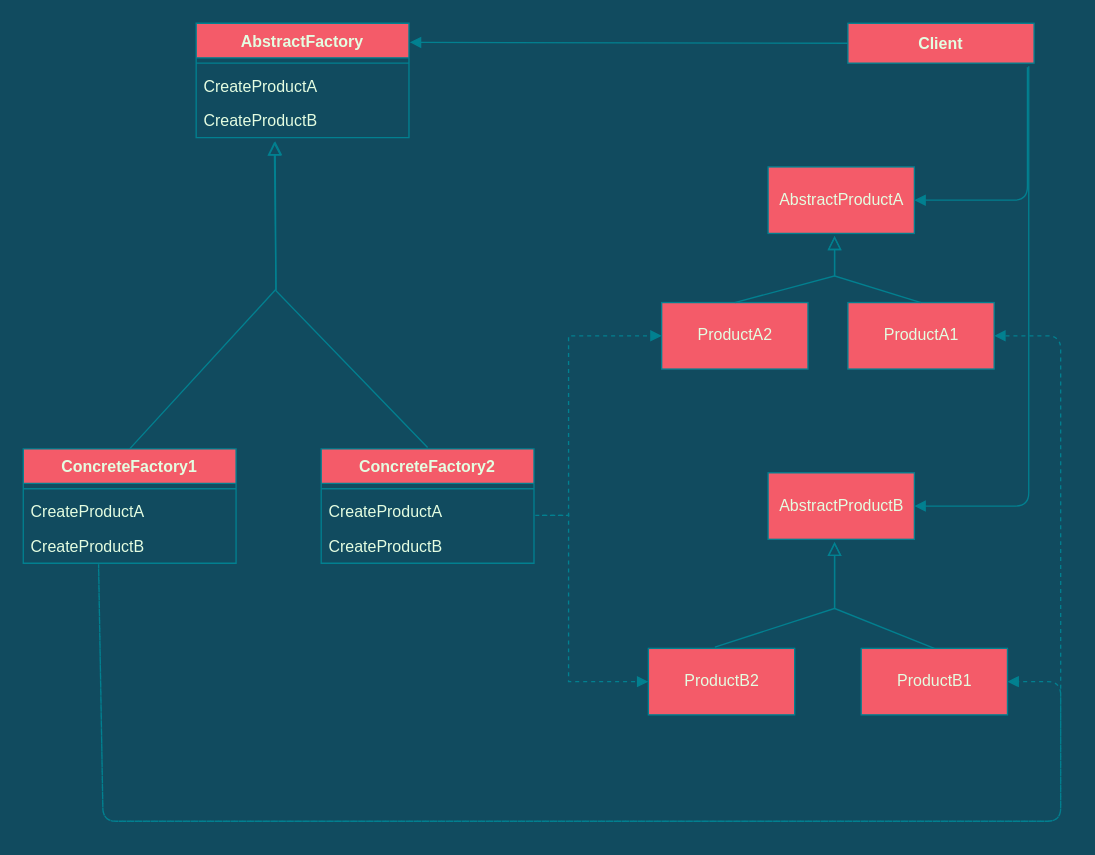
Earlier version of the draw.io diagram rhca.drawio (fanyixuanf/rhca). Source tidied: cells renumbered, new cells numbered last; positions are measured from the earlier drawing's top-left corner, leaving out a move shared by most shapes. Both pictures are drawn from the tidied source at 133%, with x=0, y=0 at pixel (23, 23).
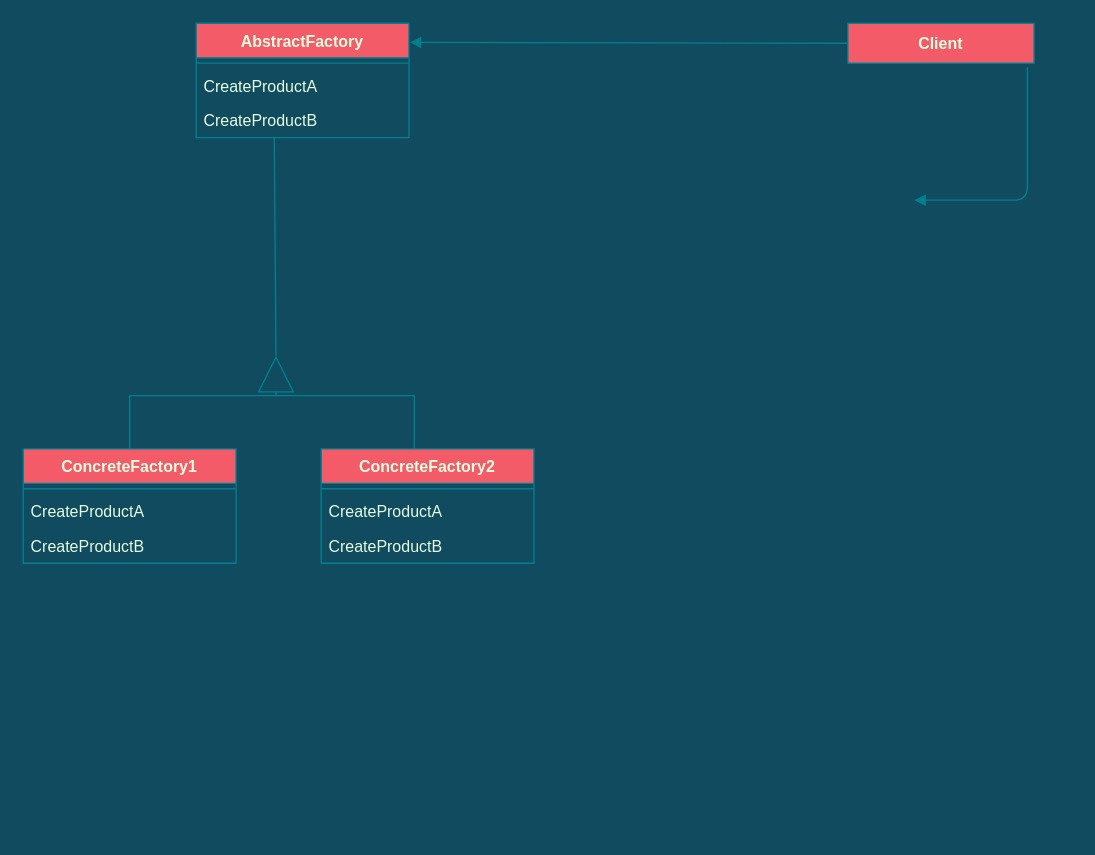
The same page after the edit.

What changed in the source:
```diff
@@
-    <mxCell id="2" value="AbstractFactory" style="swimlane;fontStyle=1;align=center;verticalAlign=top;horizontal=1;startSize=26;rounded=0;sketch=0;fontColor=#E4FDE1;strokeColor=#028090;fillColor=#F45B69;" parent="1" vertex="1">
+    <mxCell id="2" value="AbstractFactory" style="swimlane;fontStyle=1;align=center;verticalAlign=top;horizontal=1;startSize=26;fontColor=#E4FDE1;strokeColor=#028090;fillColor=#F45B69;" parent="1" vertex="1">
       <mxGeometry x="130" width="160" height="86" as="geometry" />
     </mxCell>
-    <mxCell id="3" style="line;strokeWidth=1;fillColor=none;align=left;verticalAlign=middle;spacingTop=-1;spacingLeft=3;spacingRight=3;labelPosition=right;rounded=0;sketch=0;fontColor=#E4FDE1;labelBackgroundColor=#114B5F;strokeColor=#028090;" parent="2" vertex="1">
+    <mxCell id="3" style="line;strokeWidth=1;fillColor=none;align=left;verticalAlign=middle;spacingTop=-1;spacingLeft=3;spacingRight=3;labelPosition=right;fontColor=#E4FDE1;labelBackgroundColor=#114B5F;strokeColor=#028090;" parent="2" vertex="1">
       <mxGeometry y="26" width="160" height="8" as="geometry" />
     </mxCell>
-    <mxCell id="4" value="CreateProductA" style="text;strokeColor=none;fillColor=none;align=left;verticalAlign=top;spacingLeft=4;spacingRight=4;overflow=hidden;rounded=0;sketch=0;fontColor=#E4FDE1;" parent="2" vertex="1">
+    <mxCell id="4" value="CreateProductA" style="text;strokeColor=none;fillColor=none;align=left;verticalAlign=top;spacingLeft=4;spacingRight=4;overflow=hidden;fontColor=#E4FDE1;" parent="2" vertex="1">
       <mxGeometry y="34" width="160" height="26" as="geometry" />
     </mxCell>
-    <mxCell id="5" value="CreateProductB" style="text;strokeColor=none;fillColor=none;align=left;verticalAlign=top;spacingLeft=4;spacingRight=4;overflow=hidden;points=[[0,0.5],[1,0.5]];portConstraint=eastwest;rounded=0;sketch=0;fontColor=#E4FDE1;" parent="2" vertex="1">
+    <mxCell id="5" value="CreateProductB" style="text;strokeColor=none;fillColor=none;align=left;verticalAlign=top;spacingLeft=4;spacingRight=4;overflow=hidden;points=[[0,0.5],[1,0.5]];portConstraint=eastwest;fontColor=#E4FDE1;" parent="2" vertex="1">
       <mxGeometry y="60" width="160" height="26" as="geometry" />
     </mxCell>
-    <mxCell id="6" value="ConcreteFactory1" style="swimlane;fontStyle=1;align=center;verticalAlign=top;horizontal=1;startSize=26;rounded=0;sketch=0;fontColor=#E4FDE1;strokeColor=#028090;fillColor=#F45B69;" parent="1" vertex="1">
+    <mxCell id="6" value="ConcreteFactory1" style="swimlane;fontStyle=1;align=center;verticalAlign=top;horizontal=1;startSize=26;fontColor=#E4FDE1;strokeColor=#028090;fillColor=#F45B69;" parent="1" vertex="1">
       <mxGeometry y="320" width="160" height="86" as="geometry" />
     </mxCell>
-    <mxCell id="7" style="line;strokeWidth=1;fillColor=none;align=left;verticalAlign=middle;spacingTop=-1;spacingLeft=3;spacingRight=3;labelPosition=right;rounded=0;sketch=0;fontColor=#E4FDE1;labelBackgroundColor=#114B5F;strokeColor=#028090;" parent="6" vertex="1">
+    <mxCell id="7" style="line;strokeWidth=1;fillColor=none;align=left;verticalAlign=middle;spacingTop=-1;spacingLeft=3;spacingRight=3;labelPosition=right;fontColor=#E4FDE1;labelBackgroundColor=#114B5F;strokeColor=#028090;" parent="6" vertex="1">
       <mxGeometry y="26" width="160" height="8" as="geometry" />
     </mxCell>
-    <mxCell id="8" value="CreateProductA" style="text;strokeColor=none;fillColor=none;align=left;verticalAlign=top;spacingLeft=4;spacingRight=4;overflow=hidden;rounded=0;sketch=0;fontColor=#E4FDE1;" parent="6" vertex="1">
+    <mxCell id="8" value="CreateProductA" style="text;strokeColor=none;fillColor=none;align=left;verticalAlign=top;spacingLeft=4;spacingRight=4;overflow=hidden;fontColor=#E4FDE1;" parent="6" vertex="1">
       <mxGeometry y="34" width="160" height="26" as="geometry" />
     </mxCell>
-    <mxCell id="9" value="CreateProductB" style="text;strokeColor=none;fillColor=none;align=left;verticalAlign=top;spacingLeft=4;spacingRight=4;overflow=hidden;points=[[0,0.5],[1,0.5]];portConstraint=eastwest;rounded=0;sketch=0;fontColor=#E4FDE1;" parent="6" vertex="1">
+    <mxCell id="9" value="CreateProductB" style="text;strokeColor=none;fillColor=none;align=left;verticalAlign=top;spacingLeft=4;spacingRight=4;overflow=hidden;points=[[0,0.5],[1,0.5]];portConstraint=eastwest;fontColor=#E4FDE1;" parent="6" vertex="1">
       <mxGeometry y="60" width="160" height="26" as="geometry" />
     </mxCell>
-    <mxCell id="10" value="ConcreteFactory2" style="swimlane;fontStyle=1;align=center;verticalAlign=top;horizontal=1;startSize=26;rounded=0;sketch=0;fontColor=#E4FDE1;strokeColor=#028090;fillColor=#F45B69;" parent="1" vertex="1">
+    <mxCell id="10" value="ConcreteFactory2" style="swimlane;fontStyle=1;align=center;verticalAlign=top;horizontal=1;startSize=26;fontColor=#E4FDE1;strokeColor=#028090;fillColor=#F45B69;" parent="1" vertex="1">
       <mxGeometry x="224" y="320" width="160" height="86" as="geometry" />
     </mxCell>
-    <mxCell id="11" style="line;strokeWidth=1;fillColor=none;align=left;verticalAlign=middle;spacingTop=-1;spacingLeft=3;spacingRight=3;labelPosition=right;rounded=0;sketch=0;fontColor=#E4FDE1;labelBackgroundColor=#114B5F;strokeColor=#028090;" parent="10" vertex="1">
+    <mxCell id="11" style="line;strokeWidth=1;fillColor=none;align=left;verticalAlign=middle;spacingTop=-1;spacingLeft=3;spacingRight=3;labelPosition=right;fontColor=#E4FDE1;labelBackgroundColor=#114B5F;strokeColor=#028090;" parent="10" vertex="1">
       <mxGeometry y="26" width="160" height="8" as="geometry" />
     </mxCell>
-    <mxCell id="12" value="CreateProductA" style="text;strokeColor=none;fillColor=none;align=left;verticalAlign=top;spacingLeft=4;spacingRight=4;overflow=hidden;rounded=0;sketch=0;fontColor=#E4FDE1;" parent="10" vertex="1">
+    <mxCell id="12" value="CreateProductA" style="text;strokeColor=none;fillColor=none;align=left;verticalAlign=top;spacingLeft=4;spacingRight=4;overflow=hidden;fontColor=#E4FDE1;" parent="10" vertex="1">
       <mxGeometry y="34" width="160" height="26" as="geometry" />
     </mxCell>
-    <mxCell id="13" value="CreateProductB" style="text;strokeColor=none;fillColor=none;align=left;verticalAlign=top;spacingLeft=4;spacingRight=4;overflow=hidden;rounded=0;sketch=0;fontColor=#E4FDE1;" parent="10" vertex="1">
+    <mxCell id="13" value="CreateProductB" style="text;strokeColor=none;fillColor=none;align=left;verticalAlign=top;spacingLeft=4;spacingRight=4;overflow=hidden;fontColor=#E4FDE1;" parent="10" vertex="1">
       <mxGeometry y="60" width="160" height="26" as="geometry" />
     </mxCell>
-    <mxCell id="14" value="AbstractProductA" style="html=1;rounded=0;sketch=0;fontColor=#E4FDE1;strokeColor=#028090;fillColor=#F45B69;" parent="1" vertex="1">
-      <mxGeometry x="560" y="108" width="110" height="50" as="geometry" />
-    </mxCell>
-    <mxCell id="15" value="ProductA2" style="html=1;rounded=0;sketch=0;fontColor=#E4FDE1;strokeColor=#028090;fillColor=#F45B69;" parent="1" vertex="1">
-      <mxGeometry x="480" y="210" width="110" height="50" as="geometry" />
-    </mxCell>
-    <mxCell id="16" value="ProductA1" style="html=1;rounded=0;sketch=0;fontColor=#E4FDE1;strokeColor=#028090;fillColor=#F45B69;" parent="1" vertex="1">
-      <mxGeometry x="620" y="210" width="110" height="50" as="geometry" />
-    </mxCell>
-    <mxCell id="17" value="AbstractProductB" style="html=1;rounded=0;sketch=0;fontColor=#E4FDE1;strokeColor=#028090;fillColor=#F45B69;" parent="1" vertex="1">
-      <mxGeometry x="560" y="338" width="110" height="50" as="geometry" />
-    </mxCell>
-    <mxCell id="18" value="ProductB2" style="html=1;rounded=0;sketch=0;fontColor=#E4FDE1;strokeColor=#028090;fillColor=#F45B69;" parent="1" vertex="1">
-      <mxGeometry x="470" y="470" width="110" height="50" as="geometry" />
-    </mxCell>
-    <mxCell id="19" value="ProductB1" style="html=1;rounded=0;sketch=0;fontColor=#E4FDE1;strokeColor=#028090;fillColor=#F45B69;" parent="1" vertex="1">
-      <mxGeometry x="630" y="470" width="110" height="50" as="geometry" />
-    </mxCell>
-    <mxCell id="20" value="Client" style="fontStyle=1;rounded=0;sketch=0;fontColor=#E4FDE1;strokeColor=#028090;fillColor=#F45B69;" parent="1" vertex="1">
+    <mxCell id="20" value="Client" style="fontStyle=1;fontColor=#E4FDE1;strokeColor=#028090;fillColor=#F45B69;" parent="1" vertex="1">
       <mxGeometry x="620" width="140" height="30" as="geometry" />
     </mxCell>
-    <mxCell id="21" style="html=1;verticalAlign=bottom;labelBackgroundColor=none;endArrow=block;endFill=1;rounded=1;sketch=0;fontColor=#E4FDE1;strokeColor=#028090;fillColor=#F45B69;curved=0;exitX=0;exitY=0.5;exitDx=0;exitDy=0;entryX=1.004;entryY=0.167;entryDx=0;entryDy=0;entryPerimeter=0;" parent="1" edge="1" source="20" target="2">
+    <mxCell id="21" style="html=1;verticalAlign=bottom;labelBackgroundColor=none;endArrow=block;endFill=1;fontColor=#E4FDE1;strokeColor=#028090;fillColor=#F45B69;curved=0;exitX=0;exitY=0.5;exitDx=0;exitDy=0;entryX=1.004;entryY=0.167;entryDx=0;entryDy=0;entryPerimeter=0;" parent="1" edge="1" source="20" target="2">
       <mxGeometry relative="1" as="geometry" />
     </mxCell>
-    <mxCell id="22" style="html=1;verticalAlign=bottom;labelBackgroundColor=none;endArrow=block;endFill=1;rounded=1;sketch=0;fontColor=#E4FDE1;strokeColor=#028090;fillColor=#F45B69;curved=0;entryX=1;entryY=0.5;entryDx=0;entryDy=0;" parent="1" edge="1" target="14">
+    <mxCell id="22" style="html=1;verticalAlign=bottom;labelBackgroundColor=none;endArrow=block;endFill=1;fontColor=#E4FDE1;strokeColor=#028090;fillColor=#F45B69;curved=0;entryX=1;entryY=0.5;entryDx=0;entryDy=0;" parent="1" edge="1">
       <mxGeometry relative="1" as="geometry">
         <mxPoint x="755" y="33" as="sourcePoint" />
+        <mxPoint x="670" y="133" as="targetPoint" />
         <Array as="points">
           <mxPoint x="755" y="133" />
         </Array>
       </mxGeometry>
     </mxCell>
-    <mxCell id="23" style="html=1;verticalAlign=bottom;labelBackgroundColor=none;endArrow=block;endFill=1;rounded=1;sketch=0;fontColor=#E4FDE1;strokeColor=#028090;fillColor=#F45B69;curved=0;exitX=0.9;exitY=1.078;exitDx=0;exitDy=0;exitPerimeter=0;entryX=1;entryY=0.5;entryDx=0;entryDy=0;" parent="1" edge="1" target="17">
-      <mxGeometry relative="1" as="geometry">
-        <mxPoint x="756" y="32.3" as="sourcePoint" />
-        <Array as="points">
-          <mxPoint x="756" y="363" />
-        </Array>
-      </mxGeometry>
-    </mxCell>
-    <mxCell id="24" style="endArrow=block;html=1;rounded=0;align=center;verticalAlign=bottom;endFill=0;labelBackgroundColor=none;endSize=8;sketch=0;fontColor=#E4FDE1;strokeColor=#028090;fillColor=#F45B69;curved=0;exitX=0.5;exitY=0;exitDx=0;exitDy=0;entryX=0.367;entryY=1.115;entryDx=0;entryDy=0;entryPerimeter=0;" parent="1" edge="1" source="6" target="5">
-      <mxGeometry relative="1" as="geometry">
-        <Array as="points">
-          <mxPoint x="190" y="200" />
-        </Array>
-      </mxGeometry>
-    </mxCell>
-    <mxCell id="25" style="endArrow=block;html=1;rounded=0;align=center;verticalAlign=bottom;endFill=0;labelBackgroundColor=none;endSize=8;sketch=0;fontColor=#E4FDE1;strokeColor=#028090;fillColor=#F45B69;curved=0;exitX=0.5;exitY=0;exitDx=0;exitDy=0;entryX=0.371;entryY=1.064;entryDx=0;entryDy=0;entryPerimeter=0;" parent="1" edge="1">
+    <mxCell id="25" style="endArrow=block;html=1;align=center;verticalAlign=bottom;endFill=0;labelBackgroundColor=none;endSize=25;fontColor=#E4FDE1;strokeColor=#028090;fillColor=#F45B69;rounded=0;" parent="1" edge="1">
       <mxGeometry relative="1" as="geometry">
-        <mxPoint x="304" y="319" as="sourcePoint" />
-        <mxPoint x="189.4" y="88.7" as="targetPoint" />
+        <mxPoint x="294" y="320" as="sourcePoint" />
+        <mxPoint x="190" y="250" as="targetPoint" />
         <Array as="points">
-          <mxPoint x="190" y="201" />
+          <mxPoint x="294" y="280" />
+          <mxPoint x="190" y="280" />
         </Array>
       </mxGeometry>
     </mxCell>
-    <mxCell id="26" style="endArrow=block;html=1;rounded=0;align=center;verticalAlign=bottom;endFill=0;labelBackgroundColor=none;endSize=8;sketch=0;fontColor=#E4FDE1;strokeColor=#028090;fillColor=#F45B69;curved=0;exitX=0.5;exitY=0;exitDx=0;exitDy=0;" parent="1" edge="1" source="15">
-      <mxGeometry x="0.25" y="10" relative="1" as="geometry">
-        <mxPoint x="610" y="160" as="targetPoint" />
-        <Array as="points">
-          <mxPoint x="610" y="190" />
-        </Array>
-      </mxGeometry>
-    </mxCell>
-    <mxCell id="27" style="endArrow=block;html=1;rounded=0;align=center;verticalAlign=bottom;endFill=0;labelBackgroundColor=none;endSize=8;sketch=0;fontColor=#E4FDE1;strokeColor=#028090;fillColor=#F45B69;curved=0;exitX=0.5;exitY=0;exitDx=0;exitDy=0;" parent="1" edge="1" source="16">
-      <mxGeometry x="0.25" y="10" relative="1" as="geometry">
-        <mxPoint x="610" y="160" as="targetPoint" />
-        <Array as="points">
-          <mxPoint x="610" y="190" />
-        </Array>
-      </mxGeometry>
-    </mxCell>
-    <mxCell id="28" style="endArrow=block;html=1;rounded=0;align=center;verticalAlign=bottom;endFill=0;labelBackgroundColor=none;endSize=8;sketch=0;fontColor=#E4FDE1;strokeColor=#028090;fillColor=#F45B69;curved=0;" parent="1" edge="1">
-      <mxGeometry relative="1" as="geometry">
-        <mxPoint x="520" y="469" as="sourcePoint" />
-        <mxPoint x="610" y="390" as="targetPoint" />
-        <Array as="points">
-          <mxPoint x="610" y="440" />
-        </Array>
-      </mxGeometry>
-    </mxCell>
-    <mxCell id="29" style="endArrow=block;html=1;rounded=0;align=center;verticalAlign=bottom;endFill=0;labelBackgroundColor=none;endSize=8;sketch=0;fontColor=#E4FDE1;strokeColor=#028090;fillColor=#F45B69;curved=0;exitX=0.5;exitY=0;exitDx=0;exitDy=0;" parent="1" edge="1" source="19">
-      <mxGeometry relative="1" as="geometry">
-        <mxPoint x="610" y="390" as="targetPoint" />
-        <Array as="points">
-          <mxPoint x="610" y="440" />
-        </Array>
-      </mxGeometry>
-    </mxCell>
-    <mxCell id="30" style="html=1;verticalAlign=bottom;labelBackgroundColor=none;endArrow=block;endFill=1;dashed=1;rounded=0;entryX=0;entryY=0.5;entryDx=0;entryDy=0;strokeColor=#028090;fontColor=#E4FDE1;" parent="1" edge="1" target="15">
-      <mxGeometry relative="1" as="geometry">
-        <mxPoint x="385" y="370" as="sourcePoint" />
-        <Array as="points">
-          <mxPoint x="410" y="370" />
-          <mxPoint x="410" y="235" />
-        </Array>
-      </mxGeometry>
-    </mxCell>
-    <mxCell id="31" style="html=1;verticalAlign=bottom;labelBackgroundColor=none;endArrow=block;endFill=1;dashed=1;rounded=0;entryX=0;entryY=0.5;entryDx=0;entryDy=0;strokeColor=#028090;fontColor=#E4FDE1;" parent="1" edge="1" target="18">
-      <mxGeometry relative="1" as="geometry">
-        <mxPoint x="390" y="370" as="sourcePoint" />
-        <Array as="points">
-          <mxPoint x="410" y="370" />
-          <mxPoint x="410" y="495" />
-        </Array>
-      </mxGeometry>
-    </mxCell>
-    <mxCell id="32" style="html=1;verticalAlign=bottom;labelBackgroundColor=none;endArrow=block;endFill=1;dashed=1;rounded=1;sketch=0;fontColor=#E4FDE1;strokeColor=#028090;fillColor=#F45B69;curved=0;exitX=0.354;exitY=1.026;exitDx=0;exitDy=0;exitPerimeter=0;entryX=1;entryY=0.5;entryDx=0;entryDy=0;" parent="1" edge="1" source="9" target="19">
-      <mxGeometry relative="1" as="geometry">
-        <Array as="points">
-          <mxPoint x="60" y="600" />
-          <mxPoint x="780" y="600" />
-          <mxPoint x="780" y="495" />
-        </Array>
-      </mxGeometry>
-    </mxCell>
-    <mxCell id="33" style="html=1;verticalAlign=bottom;labelBackgroundColor=none;endArrow=block;endFill=1;dashed=1;rounded=1;sketch=0;fontColor=#E4FDE1;strokeColor=#028090;fillColor=#F45B69;curved=0;entryX=1;entryY=0.5;entryDx=0;entryDy=0;exitX=0.354;exitY=1.154;exitDx=0;exitDy=0;exitPerimeter=0;" parent="1" edge="1" source="9">
-      <mxGeometry relative="1" as="geometry">
-        <mxPoint x="730" y="235" as="targetPoint" />
-        <Array as="points">
-          <mxPoint x="60" y="600" />
-          <mxPoint x="780" y="600" />
-          <mxPoint x="780" y="235" />
-        </Array>
-      </mxGeometry>
-    </mxCell>
+    <mxCell id="34" style="endArrow=none;endFill=0;endSize=12;html=1;rounded=0;shadow=0;fontColor=#E4FDE1;sourcePerimeterSpacing=0;strokeColor=#028090;fillColor=#F45B69;jumpStyle=none;jumpSize=7;entryX=0.367;entryY=1.013;entryDx=0;entryDy=0;entryPerimeter=0;" parent="1" edge="1" target="5">
+      <mxGeometry relative="1" as="geometry">
+        <mxPoint x="190" y="250" as="sourcePoint" />
+      </mxGeometry>
+    </mxCell>
+    <mxCell id="35" style="endArrow=none;endFill=0;endSize=12;html=1;rounded=0;shadow=0;fontColor=#E4FDE1;sourcePerimeterSpacing=0;strokeColor=#028090;fillColor=#F45B69;jumpStyle=none;jumpSize=7;exitX=0.5;exitY=0;exitDx=0;exitDy=0;" parent="1" edge="1" source="6">
+      <mxGeometry relative="1" as="geometry">
+        <mxPoint x="190" y="280" as="targetPoint" />
+        <Array as="points">
+          <mxPoint x="80" y="280" />
+        </Array>
+      </mxGeometry>
+    </mxCell>
```
